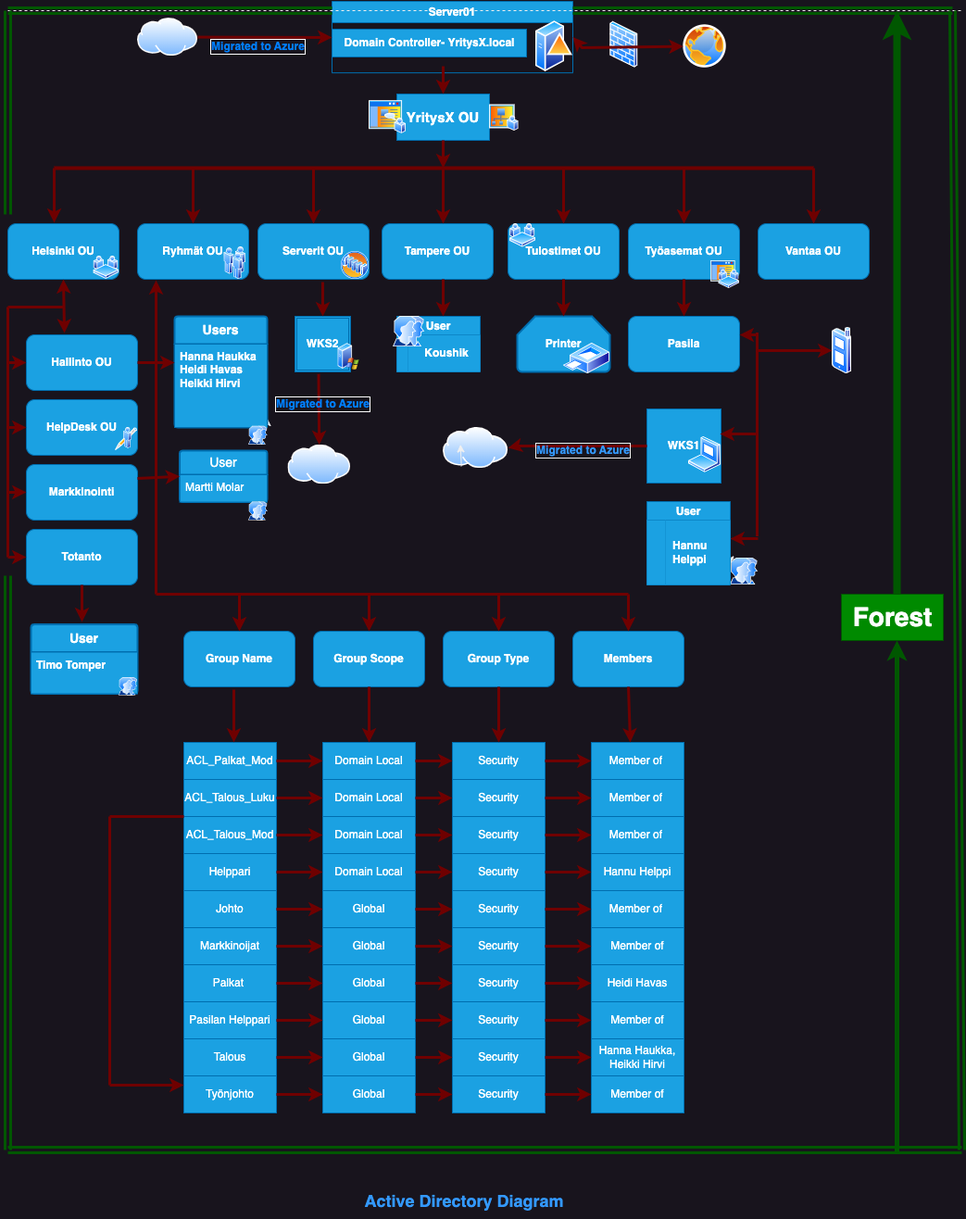
koushik80/hybrid-infra-azure-intern-project keeps this draw.io diagram as config/AD.png. Above is the earlier version. Source tidied: cells renumbered, new cells last; positions are measured from the earlier drawing's top-left corner, leaving out a move shared by most shapes.
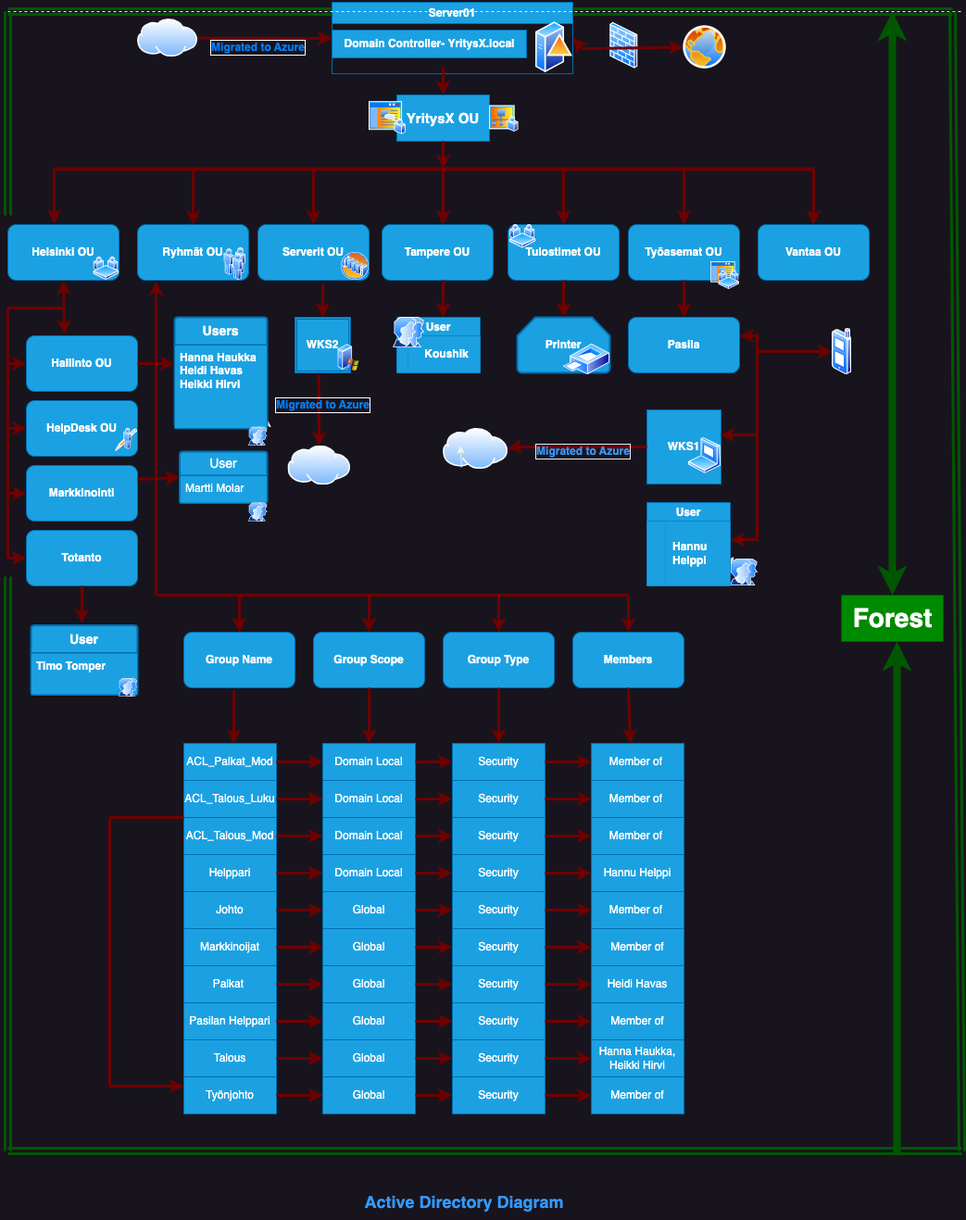
The same file after the commit.

Commit message:
:memo: AD digram update

AD digram update

What changed in the source:
```diff
@@ -479,13 +479,7 @@
         <mxPoint y="620" as="targetPoint" />
       </mxGeometry>
     </mxCell>
-    <mxCell id="130" style="endArrow=classic;html=1;rounded=0;fillColor=#008a00;strokeColor=#005700;strokeWidth=8;" parent="1" edge="1">
-      <mxGeometry relative="1" as="geometry">
-        <mxPoint x="960" y="640" as="sourcePoint" />
-        <mxPoint x="960" y="10" as="targetPoint" />
-      </mxGeometry>
-    </mxCell>
-    <mxCell id="131" style="endArrow=classic;html=1;rounded=0;strokeWidth=5;fillColor=#008a00;strokeColor=#005700;entryX=0.436;entryY=0.96;entryDx=0;entryDy=0;entryPerimeter=0;" parent="1" edge="1">
+    <mxCell id="131" style="endArrow=classic;html=1;rounded=0;strokeWidth=8;fillColor=#008a00;strokeColor=#005700;entryX=0.436;entryY=0.96;entryDx=0;entryDy=0;entryPerimeter=0;" parent="1" edge="1">
       <mxGeometry relative="1" as="geometry">
         <mxPoint x="960" y="1242" as="sourcePoint" />
         <mxPoint x="960" y="690" as="targetPoint" />
@@ -712,5 +706,10 @@
     <mxCell id="194" style="image;perimeter=ellipsePerimeter;html=1;align=center;shadow=0;dashed=0;spacingTop=3;image=img/lib/active_directory/user_accounts.svg;" parent="1" vertex="1">
       <mxGeometry x="260" y="458.7" width="20.6" height="20" as="geometry" />
     </mxCell>
+    <mxCell id="195" style="endArrow=classic;startArrow=classic;html=1;rounded=0;fillColor=#008a00;strokeColor=#005700;strokeWidth=8;" parent="1" edge="1" source="128">
+      <mxGeometry relative="1" as="geometry">
+        <mxPoint x="955" y="10" as="targetPoint" />
+      </mxGeometry>
+    </mxCell>
   </root>
 </mxGraphModel>
```
